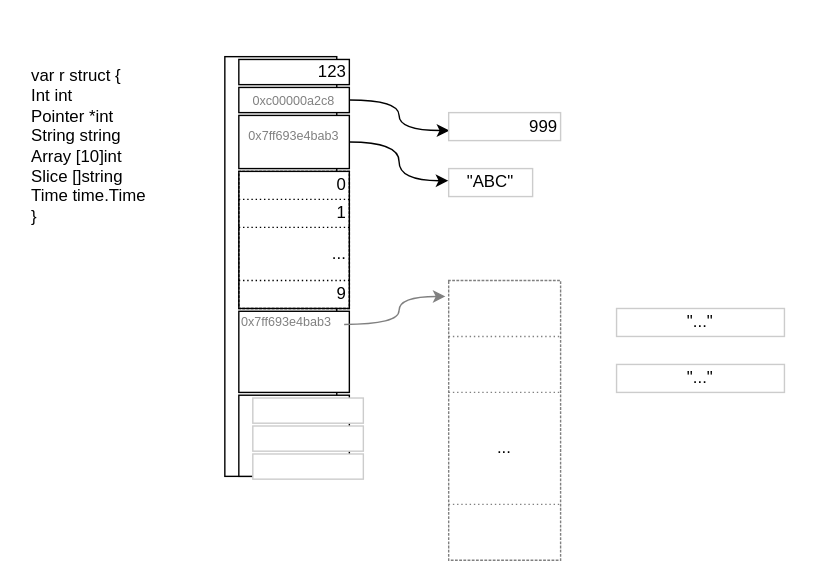
nshichi/go-mem keeps this draw.io diagram as article/svg/struct.svg. Above is the earlier version. Source tidied: cells renumbered, new cells last; positions are measured from the earlier drawing's top-left corner, leaving out a move shared by most shapes.
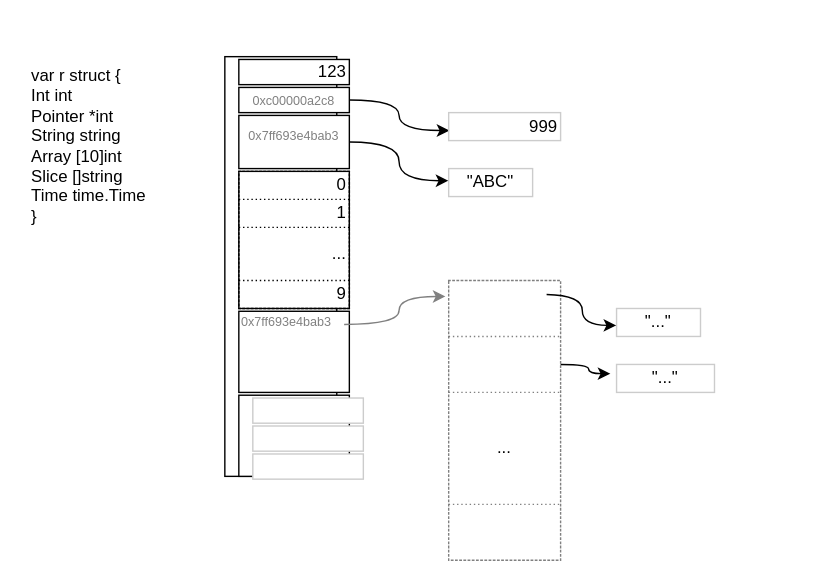
After the commit.

Change to the diagram source:
```diff
@@ -93,10 +93,10 @@
       <mxGeometry x="320" y="120" width="60" height="20" as="geometry" />
     </mxCell>
     <mxCell id="32" value="&quot;...&quot;" style="whiteSpace=wrap;html=1;align=center;verticalAlign=middle;fillColor=none;strokeColor=#CCCCCC;" parent="1" vertex="1">
-      <mxGeometry x="440" y="220" width="120" height="20" as="geometry" />
+      <mxGeometry x="440" y="220" width="60" height="20" as="geometry" />
     </mxCell>
     <mxCell id="33" value="&quot;...&quot;" style="whiteSpace=wrap;html=1;align=center;verticalAlign=middle;fillColor=none;strokeColor=#CCCCCC;" parent="1" vertex="1">
-      <mxGeometry x="440" y="260" width="120" height="20" as="geometry" />
+      <mxGeometry x="440" y="260" width="70" height="20" as="geometry" />
     </mxCell>
     <mxCell id="34" style="whiteSpace=wrap;html=1;fillColor=none;strokeColor=none;" parent="1" vertex="1">
       <mxGeometry x="580" y="380" width="20" height="20" as="geometry" />
@@ -119,5 +119,13 @@
     <mxCell id="40" style="edgeStyle=orthogonalEdgeStyle;html=1;rounded=1;curved=1;endArrow=classic;endFill=1;jumpStyle=none;shadow=0;flowAnimation=0;strokeWidth=1;startArrow=none;startFill=0;entryX=-0.029;entryY=0.285;entryDx=0;entryDy=0;entryPerimeter=0;exitX=0.953;exitY=0.162;exitDx=0;exitDy=0;exitPerimeter=0;strokeColor=#808080;" parent="1" edge="1" source="7" target="22">
       <mxGeometry relative="1" as="geometry" />
     </mxCell>
+    <mxCell id="41" style="edgeStyle=orthogonalEdgeStyle;html=1;rounded=1;curved=1;endArrow=classic;endFill=1;jumpStyle=none;shadow=0;flowAnimation=0;strokeWidth=1;startArrow=none;startFill=0;entryX=-0.004;entryY=0.605;entryDx=0;entryDy=0;entryPerimeter=0;" parent="1" edge="1" target="32">
+      <mxGeometry relative="1" as="geometry">
+        <mxPoint x="390" y="210" as="sourcePoint" />
+      </mxGeometry>
+    </mxCell>
+    <mxCell id="42" style="edgeStyle=orthogonalEdgeStyle;html=1;rounded=1;curved=1;endArrow=classic;endFill=1;jumpStyle=none;shadow=0;flowAnimation=0;strokeWidth=1;startArrow=none;startFill=0;entryX=-0.063;entryY=0.329;entryDx=0;entryDy=0;entryPerimeter=0;" parent="1" edge="1" source="24" target="33">
+      <mxGeometry relative="1" as="geometry" />
+    </mxCell>
   </root>
 </mxGraphModel>
```
